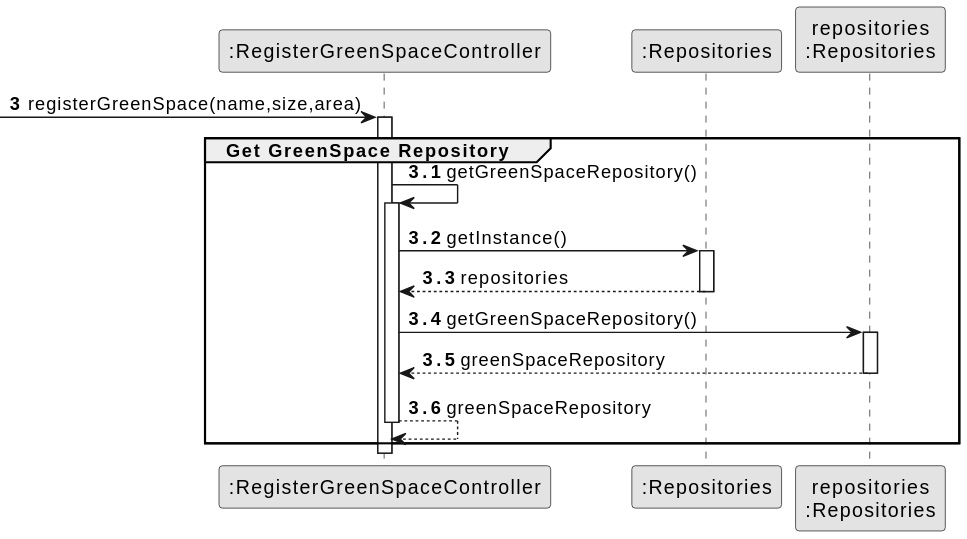
Above: docs/sprintC/us020/03.design/svg/us020-sequence-diagram-partial-get_green_space_repository.svg in SAEmanuel/Green_Spaces_Management_ISEP (PlantUML), before the change. Source of this version:
```plantuml
@startuml
skinparam monochrome true
skinparam packageStyle rectangle
skinparam shadowing false

autonumber


participant ":RegisterGreenSpaceController" as CTRL
participant ":Repositories" as RepositorySingleton
participant "repositories\n:Repositories" as PLAT

autonumber 3


 -> CTRL :registerGreenSpace(name,size,area)
autonumber 3.1
activate CTRL
    group Get GreenSpace Repository

CTRL -> CTRL : getGreenSpaceRepository()
    activate CTRL


        CTRL -> RepositorySingleton : getInstance()
        activate RepositorySingleton

        RepositorySingleton --> CTRL: repositories
        deactivate RepositorySingleton

        CTRL -> PLAT : getGreenSpaceRepository()
        activate PLAT

        PLAT --> CTRL: greenSpaceRepository
        deactivate PLAT

        CTRL --> CTRL : greenSpaceRepository

    deactivate CTRL


    end
    autonumber 4
deactivate CTRL
@enduml
```
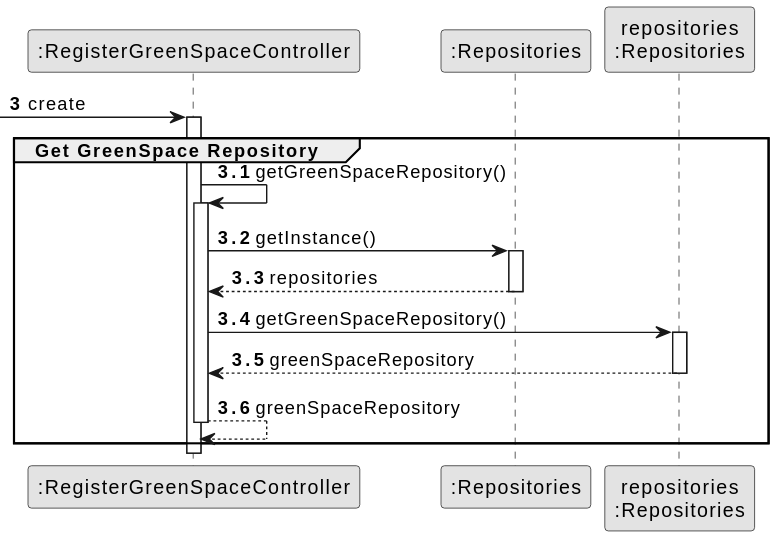
Later version of the same file.

Change to the diagram source:
```diff
@@ -13,7 +13,7 @@
 autonumber 3
 
 
- -> CTRL :registerGreenSpace(name,size,area)
+ -> CTRL :create
 autonumber 3.1
 activate CTRL
     group Get GreenSpace Repository
```
